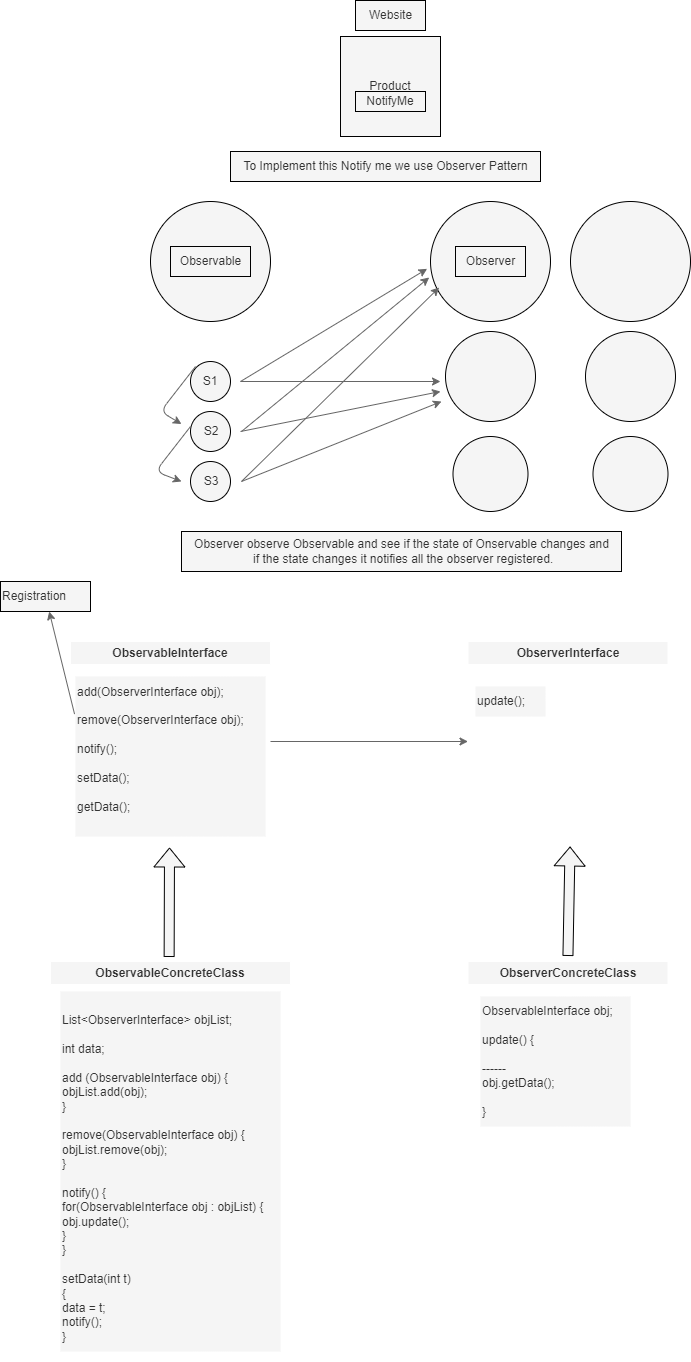
Earlier version of the draw.io export LLD/Observer_Design_Pattern/Observer_Pattern_WorkFlow.png (Shubham-Nahar-Java-Coder/System-Design). Source tidied: cells renumbered, new cells last; positions are measured from the earlier drawing's top-left corner, leaving out a move shared by most shapes.
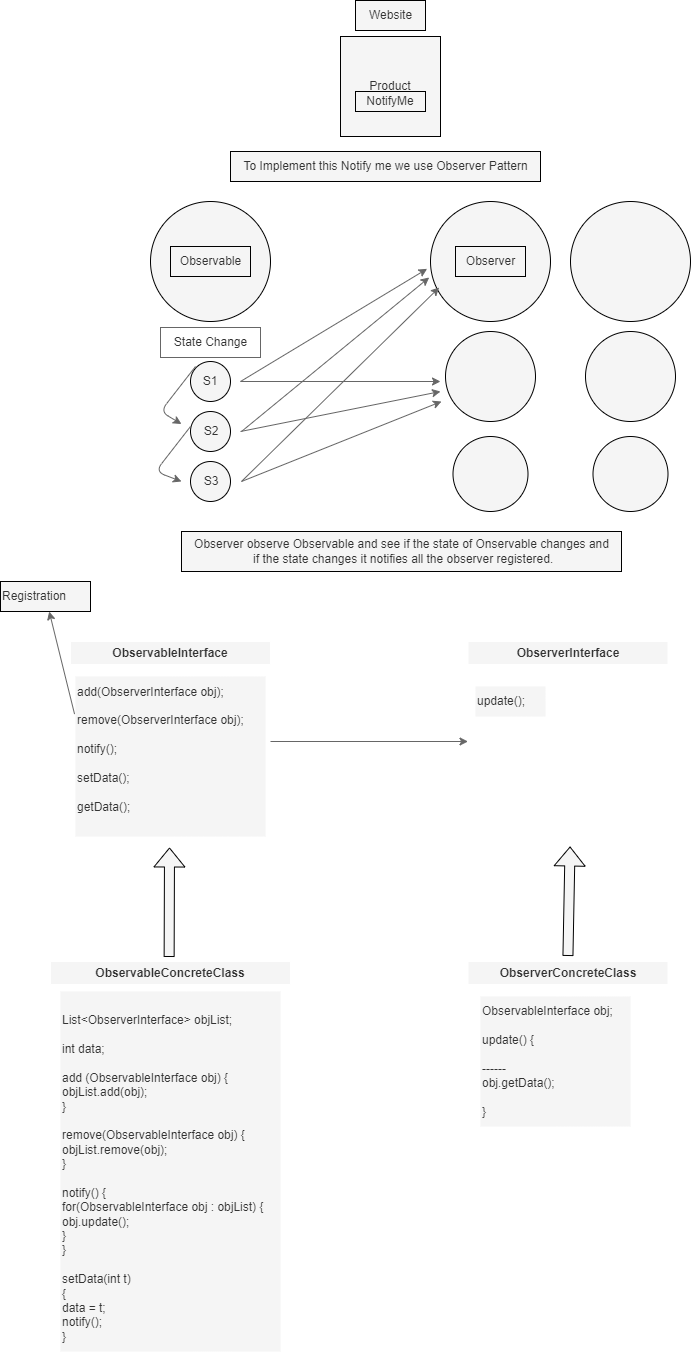
The same diagram one commit later.

Commit message:
System Design - Observer Pattern

Change to the diagram source:
```diff
@@ -26,8 +26,8 @@
     <mxCell id="9" value="Observer" style="text;html=1;align=center;verticalAlign=middle;strokeColor=default;fillColor=#f5f5f5;fontColor=#333333;strokeWidth=1;labelBackgroundColor=none;" parent="1" vertex="1">
       <mxGeometry x="455" y="246" width="70" height="30" as="geometry" />
     </mxCell>
-    <mxCell id="10" value="&lt;font color=&quot;#ffffff&quot;&gt;State Change&lt;/font&gt;" style="text;html=1;align=center;verticalAlign=middle;strokeColor=none;fillColor=none;fontColor=#333333;strokeWidth=1;labelBackgroundColor=none;" parent="1" vertex="1">
-      <mxGeometry x="160" y="331" width="100" height="30" as="geometry" />
+    <mxCell id="10" value="&lt;font&gt;State Change&lt;/font&gt;" style="text;html=1;align=center;verticalAlign=middle;strokeColor=#666666;fillColor=#FFFFFF;fontColor=#333333;strokeWidth=1;labelBackgroundColor=none;" parent="1" vertex="1">
+      <mxGeometry x="160" y="327" width="100" height="30" as="geometry" />
     </mxCell>
     <mxCell id="11" style="ellipse;whiteSpace=wrap;html=1;fillColor=#f5f5f5;fontColor=#333333;strokeColor=default;strokeWidth=1;labelBackgroundColor=none;" parent="1" vertex="1">
       <mxGeometry x="190" y="361" width="40" height="40" as="geometry" />
```
